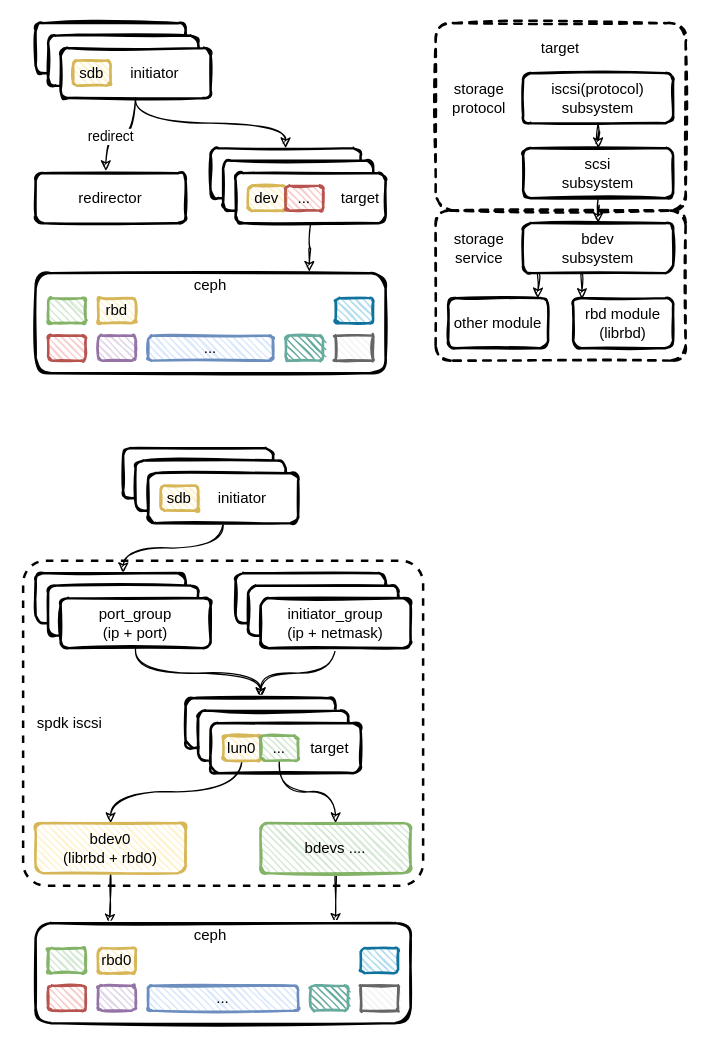
Before: page "spdk_ceph" (1 of 3) of spdk/spdk_iscsi.drawio in EarthWind/deeparch, a draw.io diagram. Source tidied: cells renumbered, new cells numbered last; positions are measured from the earlier drawing's top-left corner, leaving out a move shared by most shapes. Both pictures are drawn from the tidied source at 125%, with x=0, y=0 at pixel (22, 22).
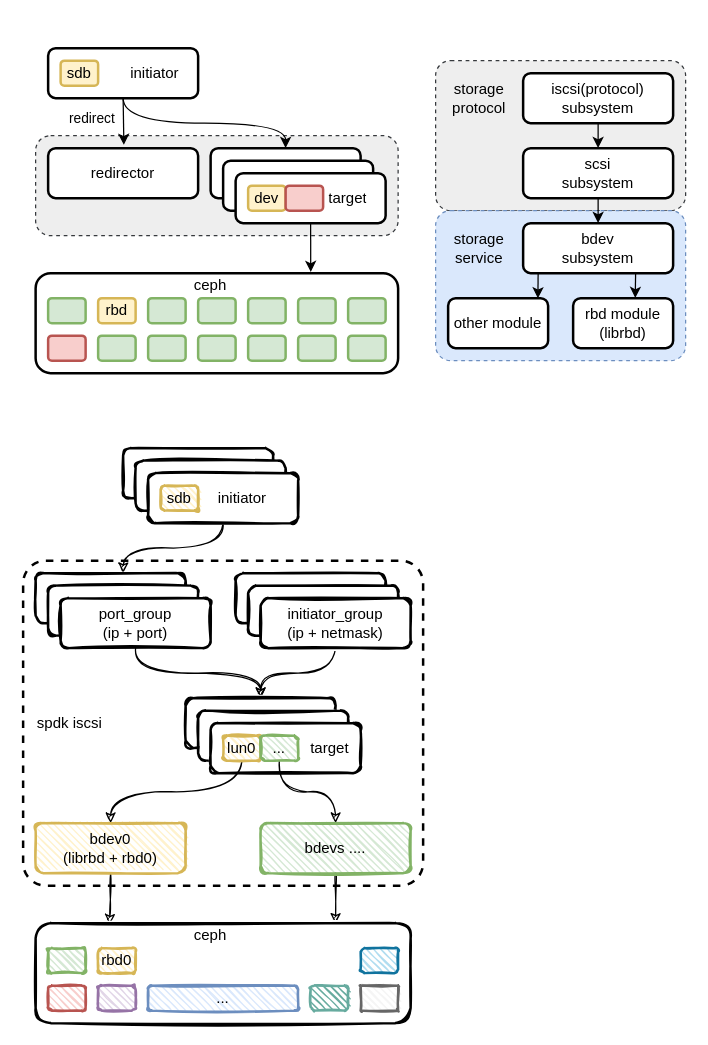
After the change.

What changed in the source:
```diff
@@
+    <mxCell id="80" style="rounded=1;whiteSpace=wrap;html=1;strokeWidth=1;fillWeight=4;hachureGap=8;hachureAngle=45;sketch=0;shadow=0;fontSize=12;dashed=1;fillColor=#eeeeee;strokeColor=#36393d;" parent="1" vertex="1">
+      <mxGeometry x="10" y="90" width="290" height="80" as="geometry" />
+    </mxCell>
-    <mxCell id="2" style="rounded=1;whiteSpace=wrap;html=1;strokeWidth=2;fillWeight=4;hachureGap=8;hachureAngle=45;sketch=1;shadow=0;fontSize=12;fontColor=#000000;fillColor=#FFFFFF;dashed=1;arcSize=10;" parent="1" vertex="1">
-      <mxGeometry x="330" width="200" height="150" as="geometry" />
+    <mxCell id="2" style="rounded=1;whiteSpace=wrap;html=1;strokeWidth=1;fillWeight=4;hachureGap=8;hachureAngle=45;sketch=0;shadow=0;fontSize=12;arcSize=10;dashed=1;fillColor=#eeeeee;strokeColor=#36393d;" parent="1" vertex="1">
+      <mxGeometry x="330" y="30" width="200" height="120" as="geometry" />
     </mxCell>
@@
-    <mxCell id="4" style="rounded=1;whiteSpace=wrap;html=1;strokeWidth=2;fillWeight=4;hachureGap=8;hachureAngle=45;sketch=1;shadow=0;fontSize=12;fontColor=#000000;fillColor=#FFFFFF;dashed=1;arcSize=10;" parent="1" vertex="1">
+    <mxCell id="4" style="rounded=1;whiteSpace=wrap;html=1;strokeWidth=1;fillWeight=4;hachureGap=8;hachureAngle=45;sketch=0;shadow=0;fontSize=12;arcSize=10;glass=0;strokeColor=#6c8ebf;dashed=1;fillColor=#dae8fc;" parent="1" vertex="1">
       <mxGeometry x="330" y="150" width="200" height="120" as="geometry" />
     </mxCell>
-    <mxCell id="5" value="target" style="text;html=1;strokeColor=none;fillColor=none;align=center;verticalAlign=middle;whiteSpace=wrap;overflow=hidden;" parent="1" vertex="1">
-      <mxGeometry x="410" y="10" width="40" height="20" as="geometry" />
-    </mxCell>
-    <mxCell id="6" style="edgeStyle=orthogonalEdgeStyle;curved=1;rounded=0;sketch=1;jettySize=auto;html=1;entryX=0.5;entryY=0;entryDx=0;entryDy=0;" parent="1" edge="1" source="7" target="10">
+    <mxCell id="6" style="edgeStyle=orthogonalEdgeStyle;curved=1;rounded=0;sketch=0;jettySize=auto;html=1;entryX=0.5;entryY=0;entryDx=0;entryDy=0;" parent="1" edge="1" source="7" target="10">
       <mxGeometry relative="1" as="geometry" />
     </mxCell>
-    <mxCell id="7" value="iscsi(protocol)&lt;br&gt;subsystem" style="rounded=1;whiteSpace=wrap;html=1;strokeWidth=2;fillWeight=4;hachureGap=8;hachureAngle=45;sketch=1;shadow=0;fontSize=12;fontColor=#000000;fillColor=#FFFFFF;" parent="1" vertex="1">
+    <mxCell id="7" value="iscsi(protocol)&lt;br&gt;subsystem" style="rounded=1;whiteSpace=wrap;html=1;strokeWidth=2;fillWeight=4;hachureGap=8;hachureAngle=45;sketch=0;shadow=0;fontSize=12;fontColor=#000000;fillColor=#FFFFFF;" parent="1" vertex="1">
       <mxGeometry x="400" y="40" width="120" height="40" as="geometry" />
     </mxCell>
@@
-    <mxCell id="9" style="edgeStyle=orthogonalEdgeStyle;curved=1;rounded=0;sketch=1;jettySize=auto;html=1;entryX=0.5;entryY=0;entryDx=0;entryDy=0;" parent="1" edge="1" source="10" target="13">
+    <mxCell id="9" style="edgeStyle=orthogonalEdgeStyle;curved=1;rounded=0;sketch=0;jettySize=auto;html=1;entryX=0.5;entryY=0;entryDx=0;entryDy=0;" parent="1" edge="1" source="10" target="13">
       <mxGeometry relative="1" as="geometry" />
     </mxCell>
-    <mxCell id="10" value="scsi&lt;br&gt;subsystem" style="rounded=1;whiteSpace=wrap;html=1;strokeWidth=2;fillWeight=4;hachureGap=8;hachureAngle=45;sketch=1;shadow=0;fontSize=12;fontColor=#000000;fillColor=#FFFFFF;" parent="1" vertex="1">
+    <mxCell id="10" value="scsi&lt;br&gt;subsystem" style="rounded=1;whiteSpace=wrap;html=1;strokeWidth=2;fillWeight=4;hachureGap=8;hachureAngle=45;sketch=0;shadow=0;fontSize=12;fontColor=#000000;fillColor=#FFFFFF;" parent="1" vertex="1">
       <mxGeometry x="400" y="100" width="120" height="40" as="geometry" />
     </mxCell>
-    <mxCell id="11" style="edgeStyle=orthogonalEdgeStyle;rounded=0;sketch=1;jettySize=auto;html=1;curved=1;exitX=0.167;exitY=1.005;exitDx=0;exitDy=0;entryX=0.898;entryY=0.005;entryDx=0;entryDy=0;exitPerimeter=0;entryPerimeter=0;" parent="1" edge="1" target="15">
+    <mxCell id="11" style="edgeStyle=orthogonalEdgeStyle;rounded=0;sketch=0;jettySize=auto;html=1;curved=1;exitX=0.167;exitY=1.005;exitDx=0;exitDy=0;entryX=0.898;entryY=0.005;entryDx=0;entryDy=0;exitPerimeter=0;entryPerimeter=0;" parent="1" edge="1" target="15">
       <mxGeometry relative="1" as="geometry">
         <mxPoint x="412" y="200.2" as="sourcePoint" />
       </mxGeometry>
     </mxCell>
-    <mxCell id="12" style="edgeStyle=orthogonalEdgeStyle;curved=1;rounded=0;sketch=1;jettySize=auto;html=1;exitX=0.393;exitY=1.001;exitDx=0;exitDy=0;exitPerimeter=0;entryX=0.088;entryY=0.017;entryDx=0;entryDy=0;entryPerimeter=0;" parent="1" edge="1" source="13" target="16">
+    <mxCell id="12" style="edgeStyle=orthogonalEdgeStyle;curved=1;rounded=0;sketch=0;jettySize=auto;html=1;exitX=0.75;exitY=1;exitDx=0;exitDy=0;entryX=0.621;entryY=-0.003;entryDx=0;entryDy=0;entryPerimeter=0;" parent="1" edge="1" source="13" target="16">
       <mxGeometry relative="1" as="geometry" />
     </mxCell>
-    <mxCell id="13" value="bdev&lt;br&gt;subsystem" style="rounded=1;whiteSpace=wrap;html=1;strokeWidth=2;fillWeight=4;hachureGap=8;hachureAngle=45;sketch=1;shadow=0;fontSize=12;fontColor=#000000;fillColor=#FFFFFF;" parent="1" vertex="1">
+    <mxCell id="13" value="bdev&lt;br&gt;subsystem" style="rounded=1;whiteSpace=wrap;html=1;strokeWidth=2;fillWeight=4;hachureGap=8;hachureAngle=45;sketch=0;shadow=0;fontSize=12;fontColor=#000000;fillColor=#FFFFFF;" parent="1" vertex="1">
       <mxGeometry x="400" y="160" width="120" height="40" as="geometry" />
     </mxCell>
@@
-    <mxCell id="15" value="other module" style="rounded=1;whiteSpace=wrap;html=1;strokeWidth=2;fillWeight=4;hachureGap=8;hachureAngle=45;sketch=1;shadow=0;fontSize=12;fontColor=#000000;fillColor=#FFFFFF;" parent="1" vertex="1">
+    <mxCell id="15" value="other module" style="rounded=1;whiteSpace=wrap;html=1;strokeWidth=2;fillWeight=4;hachureGap=8;hachureAngle=45;sketch=0;shadow=0;fontSize=12;fontColor=#000000;fillColor=#FFFFFF;" parent="1" vertex="1">
       <mxGeometry x="340" y="220" width="80" height="40" as="geometry" />
     </mxCell>
-    <mxCell id="16" value="rbd module&lt;br&gt;(librbd)" style="rounded=1;whiteSpace=wrap;html=1;strokeWidth=2;fillWeight=4;hachureGap=8;hachureAngle=45;sketch=1;shadow=0;fontSize=12;fontColor=#000000;fillColor=#FFFFFF;" parent="1" vertex="1">
+    <mxCell id="16" value="rbd module&lt;br&gt;(librbd)" style="rounded=1;whiteSpace=wrap;html=1;strokeWidth=2;fillWeight=4;hachureGap=8;hachureAngle=45;sketch=0;shadow=0;fontSize=12;fontColor=#000000;fillColor=#FFFFFF;" parent="1" vertex="1">
       <mxGeometry x="440" y="220" width="80" height="40" as="geometry" />
     </mxCell>
@@
-    <mxCell id="43" style="rounded=1;whiteSpace=wrap;html=1;strokeWidth=2;fillWeight=4;hachureGap=8;hachureAngle=45;sketch=1;shadow=0;fontSize=12;fontColor=#000000;fillColor=#FFFFFF;" parent="1" vertex="1">
-      <mxGeometry x="10" width="120" height="40" as="geometry" />
-    </mxCell>
-    <mxCell id="44" style="rounded=1;whiteSpace=wrap;html=1;strokeWidth=2;fillWeight=4;hachureGap=8;hachureAngle=45;sketch=1;shadow=0;fontSize=12;fontColor=#000000;fillColor=#FFFFFF;" parent="1" vertex="1">
-      <mxGeometry x="20" y="10" width="120" height="40" as="geometry" />
-    </mxCell>
-    <mxCell id="45" style="rounded=1;whiteSpace=wrap;html=1;strokeWidth=2;fillWeight=4;hachureGap=8;hachureAngle=45;sketch=1;shadow=0;fontSize=12;fontColor=#000000;fillColor=#FFFFFF;" parent="1" vertex="1">
-      <mxGeometry x="30" y="20" width="120" height="40" as="geometry" />
+    <mxCell id="45" style="rounded=1;whiteSpace=wrap;html=1;strokeWidth=2;fillWeight=4;hachureGap=8;hachureAngle=45;sketch=0;shadow=0;fontSize=12;" parent="1" vertex="1">
+      <mxGeometry x="20" y="20" width="120" height="40" as="geometry" />
     </mxCell>
-    <mxCell id="46" value="redirector" style="rounded=1;whiteSpace=wrap;html=1;strokeWidth=2;fillWeight=4;hachureGap=8;hachureAngle=45;sketch=1;shadow=0;fontSize=12;fontColor=#000000;fillColor=#FFFFFF;" parent="1" vertex="1">
-      <mxGeometry x="10" y="120" width="120" height="40" as="geometry" />
+    <mxCell id="46" value="redirector" style="rounded=1;whiteSpace=wrap;html=1;strokeWidth=2;fillWeight=4;hachureGap=8;hachureAngle=45;sketch=0;shadow=0;fontSize=12;" parent="1" vertex="1">
+      <mxGeometry x="20" y="100" width="120" height="40" as="geometry" />
     </mxCell>
-    <mxCell id="47" style="edgeStyle=orthogonalEdgeStyle;rounded=0;jettySize=auto;html=1;entryX=0.468;entryY=-0.043;entryDx=0;entryDy=0;entryPerimeter=0;curved=1;sketch=1;" parent="1" edge="1" source="45" target="46">
+    <mxCell id="47" style="edgeStyle=orthogonalEdgeStyle;rounded=0;jettySize=auto;html=1;entryX=0.505;entryY=-0.065;entryDx=0;entryDy=0;entryPerimeter=0;curved=1;sketch=0;exitX=0.5;exitY=1;exitDx=0;exitDy=0;" parent="1" edge="1" source="45" target="46">
       <mxGeometry x="40" y="40" as="geometry" />
     </mxCell>
     <mxCell id="48" value="redirect" style="edgeLabel;html=1;align=center;verticalAlign=middle;" parent="47" vertex="1">
       <mxGeometry x="-0.13" y="-4" relative="1" as="geometry">
-        <mxPoint x="-15" y="4" as="offset" />
+        <mxPoint x="-22" y="-1" as="offset" />
       </mxGeometry>
     </mxCell>
-    <mxCell id="49" style="rounded=1;whiteSpace=wrap;html=1;strokeWidth=2;fillWeight=4;hachureGap=8;hachureAngle=45;sketch=1;shadow=0;fontSize=12;fontColor=#000000;fillColor=#FFFFFF;" parent="1" vertex="1">
+    <mxCell id="49" style="rounded=1;whiteSpace=wrap;html=1;strokeWidth=2;fillWeight=4;hachureGap=8;hachureAngle=45;sketch=0;shadow=0;fontSize=12;fontColor=#000000;fillColor=#FFFFFF;" parent="1" vertex="1">
       <mxGeometry x="150" y="100" width="120" height="40" as="geometry" />
     </mxCell>
-    <mxCell id="50" style="edgeStyle=orthogonalEdgeStyle;curved=1;rounded=0;sketch=1;jettySize=auto;html=1;entryX=0.5;entryY=0;entryDx=0;entryDy=0;exitX=0.5;exitY=1;exitDx=0;exitDy=0;" parent="1" edge="1" source="45" target="49">
+    <mxCell id="50" style="edgeStyle=orthogonalEdgeStyle;curved=1;rounded=0;sketch=0;jettySize=auto;html=1;entryX=0.5;entryY=0;entryDx=0;entryDy=0;exitX=0.5;exitY=1;exitDx=0;exitDy=0;" parent="1" edge="1" source="45" target="49">
       <mxGeometry x="40" y="40" as="geometry" />
     </mxCell>
-    <mxCell id="51" style="rounded=1;whiteSpace=wrap;html=1;strokeWidth=2;fillWeight=4;hachureGap=8;hachureAngle=45;sketch=1;shadow=0;fontSize=12;fontColor=#000000;fillColor=#FFFFFF;" parent="1" vertex="1">
+    <mxCell id="51" style="rounded=1;whiteSpace=wrap;html=1;strokeWidth=2;fillWeight=4;hachureGap=8;hachureAngle=45;sketch=0;shadow=0;fontSize=12;fontColor=#000000;fillColor=#FFFFFF;" parent="1" vertex="1">
       <mxGeometry x="160" y="110" width="120" height="40" as="geometry" />
     </mxCell>
-    <mxCell id="52" style="rounded=1;whiteSpace=wrap;html=1;strokeWidth=2;fillWeight=4;hachureGap=8;hachureAngle=45;sketch=1;shadow=0;fontSize=12;fontColor=#000000;fillColor=#FFFFFF;" parent="1" vertex="1">
+    <mxCell id="52" style="rounded=1;whiteSpace=wrap;html=1;strokeWidth=2;fillWeight=4;hachureGap=8;hachureAngle=45;sketch=0;shadow=0;fontSize=12;fontColor=#000000;fillColor=#FFFFFF;" parent="1" vertex="1">
       <mxGeometry x="170" y="120" width="120" height="40" as="geometry" />
     </mxCell>
-    <mxCell id="53" style="rounded=1;whiteSpace=wrap;html=1;strokeWidth=2;fillWeight=4;hachureGap=8;hachureAngle=45;sketch=1;shadow=0;fontSize=12;fontColor=#000000;fillColor=#FFFFFF;" parent="1" vertex="1">
-      <mxGeometry x="10" y="200" width="280" height="80" as="geometry" />
+    <mxCell id="53" style="rounded=1;whiteSpace=wrap;html=1;strokeWidth=2;fillWeight=4;hachureGap=8;hachureAngle=45;sketch=0;shadow=0;fontSize=12;fontColor=#000000;fillColor=#FFFFFF;" parent="1" vertex="1">
+      <mxGeometry x="10" y="200" width="290" height="80" as="geometry" />
     </mxCell>
-    <mxCell id="54" style="edgeStyle=orthogonalEdgeStyle;curved=1;rounded=0;sketch=1;jettySize=auto;html=1;entryX=0.782;entryY=-0.014;entryDx=0;entryDy=0;entryPerimeter=0;" parent="1" edge="1" source="52" target="53">
+    <mxCell id="54" style="edgeStyle=orthogonalEdgeStyle;curved=1;rounded=0;sketch=0;jettySize=auto;html=1;entryX=0.759;entryY=-0.012;entryDx=0;entryDy=0;entryPerimeter=0;" parent="1" edge="1" source="52" target="53">
       <mxGeometry x="40" y="40" as="geometry" />
     </mxCell>
@@
-    <mxCell id="56" style="rounded=1;whiteSpace=wrap;html=1;strokeWidth=2;fillWeight=1;hachureGap=4;hachureAngle=45;sketch=1;shadow=0;fontSize=12;fillColor=#d5e8d4;strokeColor=#82b366;" parent="1" vertex="1">
+    <mxCell id="56" style="rounded=1;whiteSpace=wrap;html=1;strokeWidth=2;fillWeight=1;hachureGap=4;hachureAngle=45;sketch=0;shadow=0;fontSize=12;fillColor=#d5e8d4;strokeColor=#82b366;" parent="1" vertex="1">
       <mxGeometry x="20" y="220" width="30" height="20" as="geometry" />
     </mxCell>
-    <mxCell id="57" style="rounded=1;whiteSpace=wrap;html=1;strokeWidth=2;fillWeight=1;hachureGap=4;hachureAngle=45;sketch=1;shadow=0;fontSize=12;fillColor=#f8cecc;strokeColor=#b85450;" parent="1" vertex="1">
+    <mxCell id="57" style="rounded=1;whiteSpace=wrap;html=1;strokeWidth=2;fillWeight=1;hachureGap=4;hachureAngle=45;sketch=0;shadow=0;fontSize=12;fillColor=#f8cecc;strokeColor=#b85450;" parent="1" vertex="1">
       <mxGeometry x="20" y="250" width="30" height="20" as="geometry" />
     </mxCell>
-    <mxCell id="58" value="rbd" style="rounded=1;whiteSpace=wrap;html=1;strokeWidth=2;fillWeight=1;hachureGap=4;hachureAngle=45;sketch=1;shadow=0;fontSize=12;fillColor=#fff2cc;strokeColor=#d6b656;" parent="1" vertex="1">
+    <mxCell id="58" value="rbd" style="rounded=1;whiteSpace=wrap;html=1;strokeWidth=2;fillWeight=1;hachureGap=4;hachureAngle=45;sketch=0;shadow=0;fontSize=12;fillColor=#fff2cc;strokeColor=#d6b656;" parent="1" vertex="1">
       <mxGeometry x="60" y="220" width="30" height="20" as="geometry" />
     </mxCell>
-    <mxCell id="59" style="rounded=1;whiteSpace=wrap;html=1;strokeWidth=2;fillWeight=1;hachureGap=4;hachureAngle=45;sketch=1;shadow=0;fontSize=12;fillColor=#e1d5e7;strokeColor=#9673a6;" parent="1" vertex="1">
-      <mxGeometry x="60" y="250" width="30" height="20" as="geometry" />
-    </mxCell>
-    <mxCell id="60" value="..." style="rounded=1;whiteSpace=wrap;html=1;strokeWidth=2;fillWeight=1;hachureGap=4;hachureAngle=45;sketch=1;shadow=0;fontSize=12;fillColor=#dae8fc;strokeColor=#6c8ebf;" parent="1" vertex="1">
-      <mxGeometry x="100" y="250" width="100" height="20" as="geometry" />
-    </mxCell>
-    <mxCell id="61" style="rounded=1;whiteSpace=wrap;html=1;strokeWidth=2;fillWeight=1;hachureGap=4;hachureAngle=45;sketch=1;shadow=0;fontSize=12;fillColor=#b1ddf0;strokeColor=#10739e;" parent="1" vertex="1">
-      <mxGeometry x="250" y="220" width="30" height="20" as="geometry" />
-    </mxCell>
-    <mxCell id="62" style="rounded=1;whiteSpace=wrap;html=1;strokeWidth=2;fillWeight=1;hachureGap=4;hachureAngle=45;sketch=1;shadow=0;fontSize=12;fillColor=#f5f5f5;strokeColor=#666666;arcSize=0;fontColor=#333333;" parent="1" vertex="1">
-      <mxGeometry x="250" y="250" width="30" height="20" as="geometry" />
-    </mxCell>
-    <mxCell id="63" value="dev" style="rounded=1;whiteSpace=wrap;html=1;strokeWidth=2;fillWeight=1;hachureGap=4;hachureAngle=45;sketch=1;shadow=0;fontSize=12;fillColor=#fff2cc;strokeColor=#d6b656;" parent="1" vertex="1">
+    <mxCell id="63" value="dev" style="rounded=1;whiteSpace=wrap;html=1;strokeWidth=2;fillWeight=1;hachureGap=4;hachureAngle=45;sketch=0;shadow=0;fontSize=12;fillColor=#fff2cc;strokeColor=#d6b656;" parent="1" vertex="1">
       <mxGeometry x="180" y="130" width="30" height="20" as="geometry" />
     </mxCell>
-    <mxCell id="64" value="..." style="rounded=1;whiteSpace=wrap;html=1;strokeWidth=2;fillWeight=1;hachureGap=4;hachureAngle=45;sketch=1;shadow=0;fontSize=12;fillColor=#f8cecc;strokeColor=#b85450;" parent="1" vertex="1">
+    <mxCell id="64" style="rounded=1;whiteSpace=wrap;html=1;strokeWidth=2;fillWeight=1;hachureGap=4;hachureAngle=45;sketch=0;shadow=0;fontSize=12;fillColor=#f8cecc;strokeColor=#b85450;" parent="1" vertex="1">
       <mxGeometry x="210" y="130" width="30" height="20" as="geometry" />
     </mxCell>
     <mxCell id="65" value="target" style="text;html=1;strokeColor=none;fillColor=none;align=center;verticalAlign=middle;whiteSpace=wrap;overflow=hidden;" parent="1" vertex="1">
-      <mxGeometry x="250" y="130" width="40" height="20" as="geometry" />
+      <mxGeometry x="240" y="130" width="40" height="20" as="geometry" />
     </mxCell>
-    <mxCell id="66" value="sdb" style="rounded=1;whiteSpace=wrap;html=1;strokeWidth=2;fillWeight=1;hachureGap=4;hachureAngle=45;sketch=1;shadow=0;fontSize=12;fillColor=#fff2cc;strokeColor=#d6b656;" parent="1" vertex="1">
-      <mxGeometry x="40" y="30" width="30" height="20" as="geometry" />
+    <mxCell id="66" value="sdb" style="rounded=1;whiteSpace=wrap;html=1;strokeWidth=2;fillWeight=1;hachureGap=4;hachureAngle=45;sketch=0;shadow=0;fontSize=12;fillColor=#fff2cc;strokeColor=#d6b656;" parent="1" vertex="1">
+      <mxGeometry x="30" y="30" width="30" height="20" as="geometry" />
     </mxCell>
-    <mxCell id="67" style="rounded=1;whiteSpace=wrap;html=1;strokeWidth=2;fillWeight=1;hachureGap=4;hachureAngle=45;sketch=1;shadow=0;fontSize=12;fillColor=#67AB9F;strokeColor=#67AB9F;" parent="1" vertex="1">
-      <mxGeometry x="210" y="250" width="30" height="20" as="geometry" />
-    </mxCell>
@@
+    <mxCell id="81" style="rounded=1;whiteSpace=wrap;html=1;strokeWidth=2;fillWeight=1;hachureGap=4;hachureAngle=45;sketch=0;shadow=0;fontSize=12;fillColor=#d5e8d4;strokeColor=#82b366;" parent="1" vertex="1">
+      <mxGeometry x="100" y="220" width="30" height="20" as="geometry" />
+    </mxCell>
+    <mxCell id="82" style="rounded=1;whiteSpace=wrap;html=1;strokeWidth=2;fillWeight=1;hachureGap=4;hachureAngle=45;sketch=0;shadow=0;fontSize=12;fillColor=#d5e8d4;strokeColor=#82b366;" parent="1" vertex="1">
+      <mxGeometry x="140" y="220" width="30" height="20" as="geometry" />
+    </mxCell>
+    <mxCell id="83" style="rounded=1;whiteSpace=wrap;html=1;strokeWidth=2;fillWeight=1;hachureGap=4;hachureAngle=45;sketch=0;shadow=0;fontSize=12;fillColor=#d5e8d4;strokeColor=#82b366;" parent="1" vertex="1">
+      <mxGeometry x="180" y="220" width="30" height="20" as="geometry" />
+    </mxCell>
+    <mxCell id="84" style="rounded=1;whiteSpace=wrap;html=1;strokeWidth=2;fillWeight=1;hachureGap=4;hachureAngle=45;sketch=0;shadow=0;fontSize=12;fillColor=#d5e8d4;strokeColor=#82b366;" parent="1" vertex="1">
+      <mxGeometry x="220" y="220" width="30" height="20" as="geometry" />
+    </mxCell>
+    <mxCell id="85" style="rounded=1;whiteSpace=wrap;html=1;strokeWidth=2;fillWeight=1;hachureGap=4;hachureAngle=45;sketch=0;shadow=0;fontSize=12;fillColor=#d5e8d4;strokeColor=#82b366;" parent="1" vertex="1">
+      <mxGeometry x="260" y="220" width="30" height="20" as="geometry" />
+    </mxCell>
+    <mxCell id="86" style="rounded=1;whiteSpace=wrap;html=1;strokeWidth=2;fillWeight=1;hachureGap=4;hachureAngle=45;sketch=0;shadow=0;fontSize=12;fillColor=#d5e8d4;strokeColor=#82b366;" parent="1" vertex="1">
+      <mxGeometry x="60" y="250" width="30" height="20" as="geometry" />
+    </mxCell>
+    <mxCell id="87" style="rounded=1;whiteSpace=wrap;html=1;strokeWidth=2;fillWeight=1;hachureGap=4;hachureAngle=45;sketch=0;shadow=0;fontSize=12;fillColor=#d5e8d4;strokeColor=#82b366;" parent="1" vertex="1">
+      <mxGeometry x="100" y="250" width="30" height="20" as="geometry" />
+    </mxCell>
+    <mxCell id="88" style="rounded=1;whiteSpace=wrap;html=1;strokeWidth=2;fillWeight=1;hachureGap=4;hachureAngle=45;sketch=0;shadow=0;fontSize=12;fillColor=#d5e8d4;strokeColor=#82b366;" parent="1" vertex="1">
+      <mxGeometry x="140" y="250" width="30" height="20" as="geometry" />
+    </mxCell>
+    <mxCell id="89" style="rounded=1;whiteSpace=wrap;html=1;strokeWidth=2;fillWeight=1;hachureGap=4;hachureAngle=45;sketch=0;shadow=0;fontSize=12;fillColor=#d5e8d4;strokeColor=#82b366;" parent="1" vertex="1">
+      <mxGeometry x="180" y="250" width="30" height="20" as="geometry" />
+    </mxCell>
+    <mxCell id="90" style="rounded=1;whiteSpace=wrap;html=1;strokeWidth=2;fillWeight=1;hachureGap=4;hachureAngle=45;sketch=0;shadow=0;fontSize=12;fillColor=#d5e8d4;strokeColor=#82b366;" parent="1" vertex="1">
+      <mxGeometry x="220" y="250" width="30" height="20" as="geometry" />
+    </mxCell>
+    <mxCell id="91" style="rounded=1;whiteSpace=wrap;html=1;strokeWidth=2;fillWeight=1;hachureGap=4;hachureAngle=45;sketch=0;shadow=0;fontSize=12;fillColor=#d5e8d4;strokeColor=#82b366;" parent="1" vertex="1">
+      <mxGeometry x="260" y="250" width="30" height="20" as="geometry" />
+    </mxCell>
```
